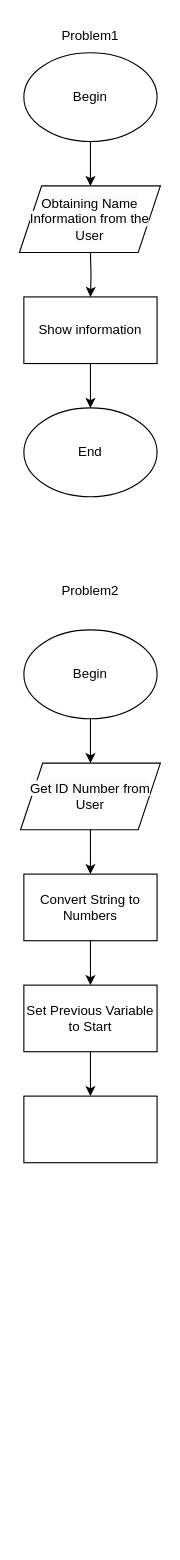
Above: Başlıksız Diyagram.drawio in KaXaBlanka/python-assignment (draw.io), before the change. Source tidied: cells renumbered, new cells numbered last; positions are measured from the earlier drawing's top-left corner, leaving out a move shared by most shapes. Both pictures are drawn from the tidied source at 111%, with x=0, y=0 at pixel (19, 19).
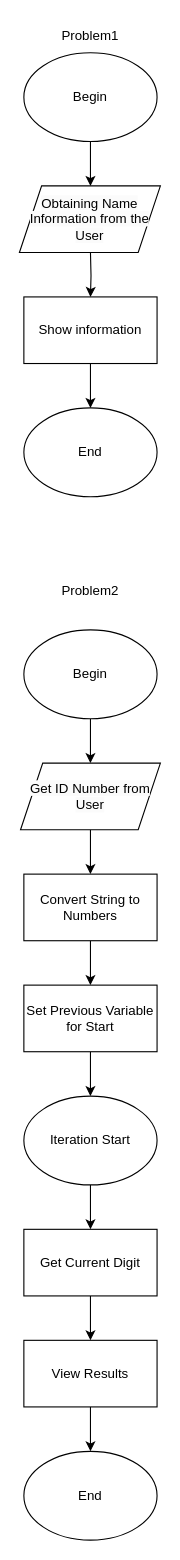
After the change.

Change to the diagram source:
```diff
@@
-    <mxCell id="17" style="edgeStyle=orthogonalEdgeStyle;rounded=0;jettySize=auto;html=1;" parent="1" edge="1" source="18" target="19">
-      <mxGeometry relative="1" as="geometry" />
+    <mxCell id="17" style="edgeStyle=orthogonalEdgeStyle;rounded=0;jettySize=auto;html=1;" parent="1" edge="1" source="18">
+      <mxGeometry relative="1" as="geometry">
+        <mxPoint x="64" y="970" as="targetPoint" />
+      </mxGeometry>
     </mxCell>
-    <mxCell id="18" value="Set Previous Variable to Start" style="whiteSpace=wrap;html=1;" parent="1" vertex="1">
+    <mxCell id="18" value="Set Previous Variable for Start" style="whiteSpace=wrap;html=1;" parent="1" vertex="1">
       <mxGeometry x="4" y="870" width="120" height="60" as="geometry" />
     </mxCell>
-    <mxCell id="19" style="whiteSpace=wrap;html=1;" parent="1" vertex="1">
-      <mxGeometry x="4" y="970" width="120" height="60" as="geometry" />
-    </mxCell>
+    <mxCell id="20" style="edgeStyle=orthogonalEdgeStyle;rounded=0;jettySize=auto;html=1;" parent="1" edge="1" source="21" target="23">
+      <mxGeometry relative="1" as="geometry" />
+    </mxCell>
+    <mxCell id="21" value="Iteration Start" style="ellipse;whiteSpace=wrap;html=1;" parent="1" vertex="1">
+      <mxGeometry x="4" y="970" width="120" height="80" as="geometry" />
+    </mxCell>
+    <mxCell id="22" style="edgeStyle=orthogonalEdgeStyle;rounded=0;jettySize=auto;html=1;" parent="1" edge="1" source="23" target="25">
+      <mxGeometry relative="1" as="geometry" />
+    </mxCell>
+    <mxCell id="23" value="Get Current Digit" style="whiteSpace=wrap;html=1;" parent="1" vertex="1">
+      <mxGeometry x="4" y="1090" width="120" height="60" as="geometry" />
+    </mxCell>
+    <mxCell id="24" style="edgeStyle=orthogonalEdgeStyle;rounded=0;jettySize=auto;html=1;" parent="1" edge="1" source="25">
+      <mxGeometry relative="1" as="geometry">
+        <mxPoint x="64" y="1290" as="targetPoint" />
+      </mxGeometry>
+    </mxCell>
+    <mxCell id="25" value="View Results" style="whiteSpace=wrap;html=1;" parent="1" vertex="1">
+      <mxGeometry x="4" y="1190" width="120" height="60" as="geometry" />
+    </mxCell>
+    <mxCell id="26" value="End" style="ellipse;whiteSpace=wrap;html=1;" parent="1" vertex="1">
+      <mxGeometry x="4" y="1290" width="120" height="80" as="geometry" />
+    </mxCell>
```
